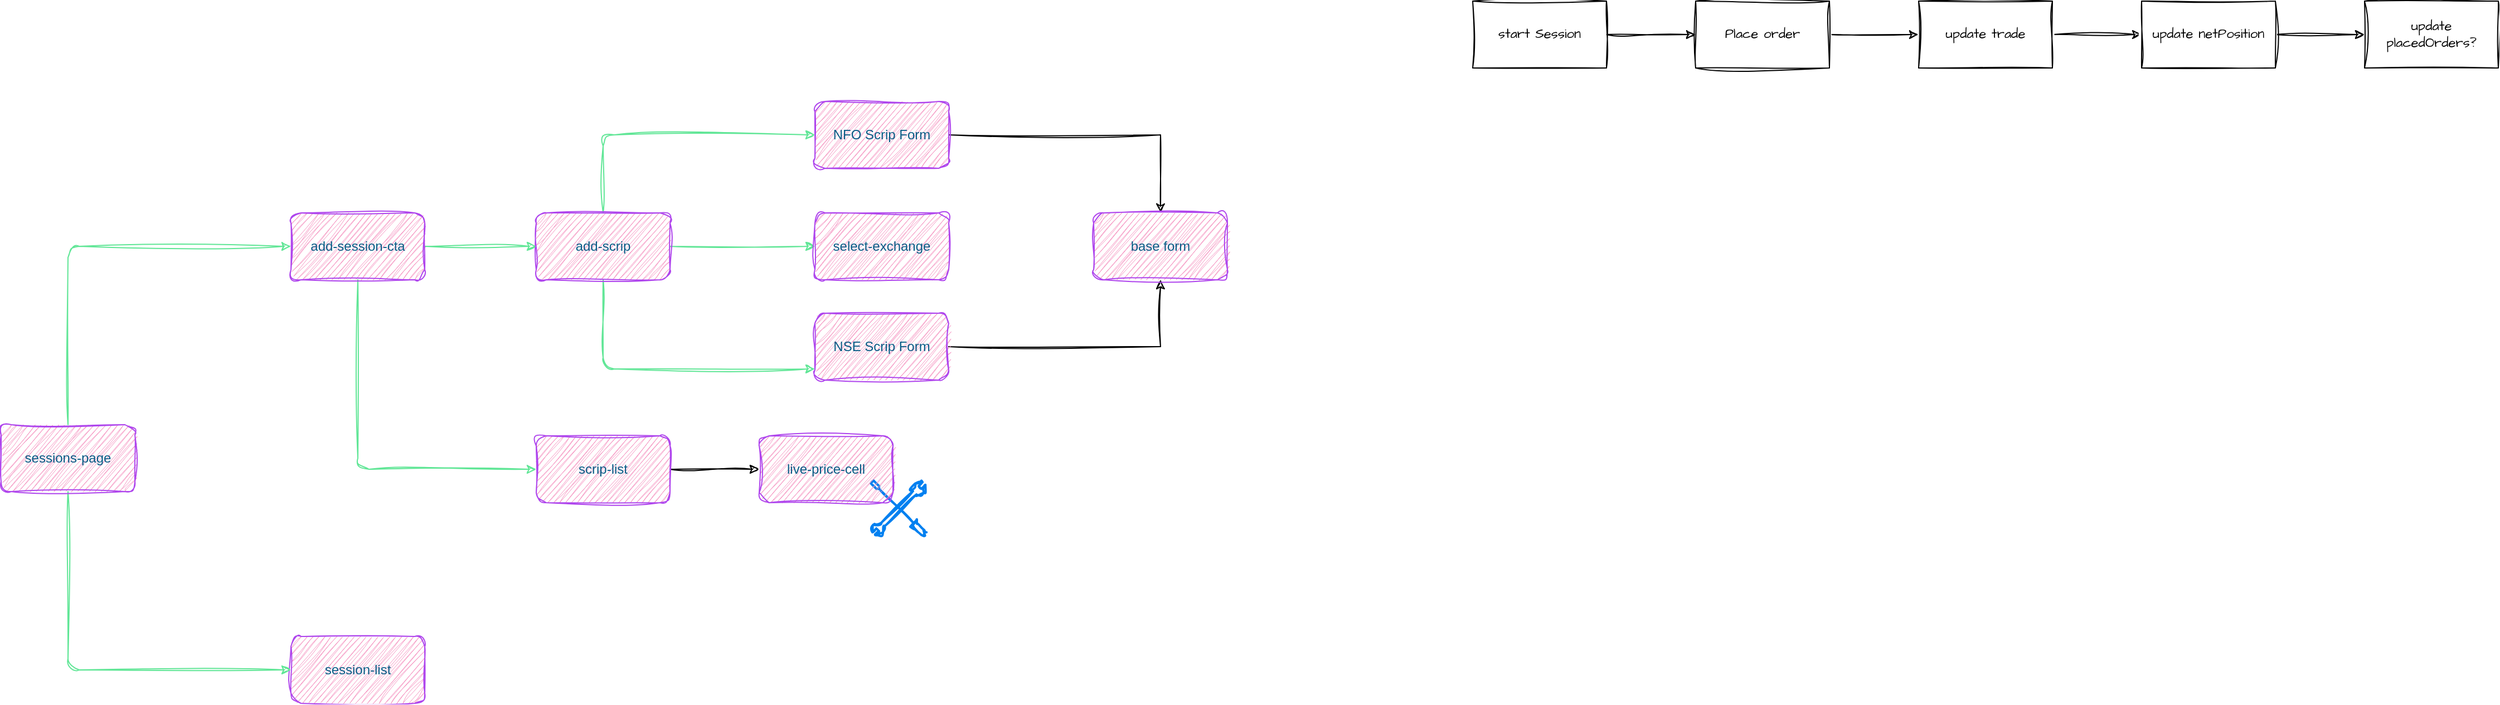
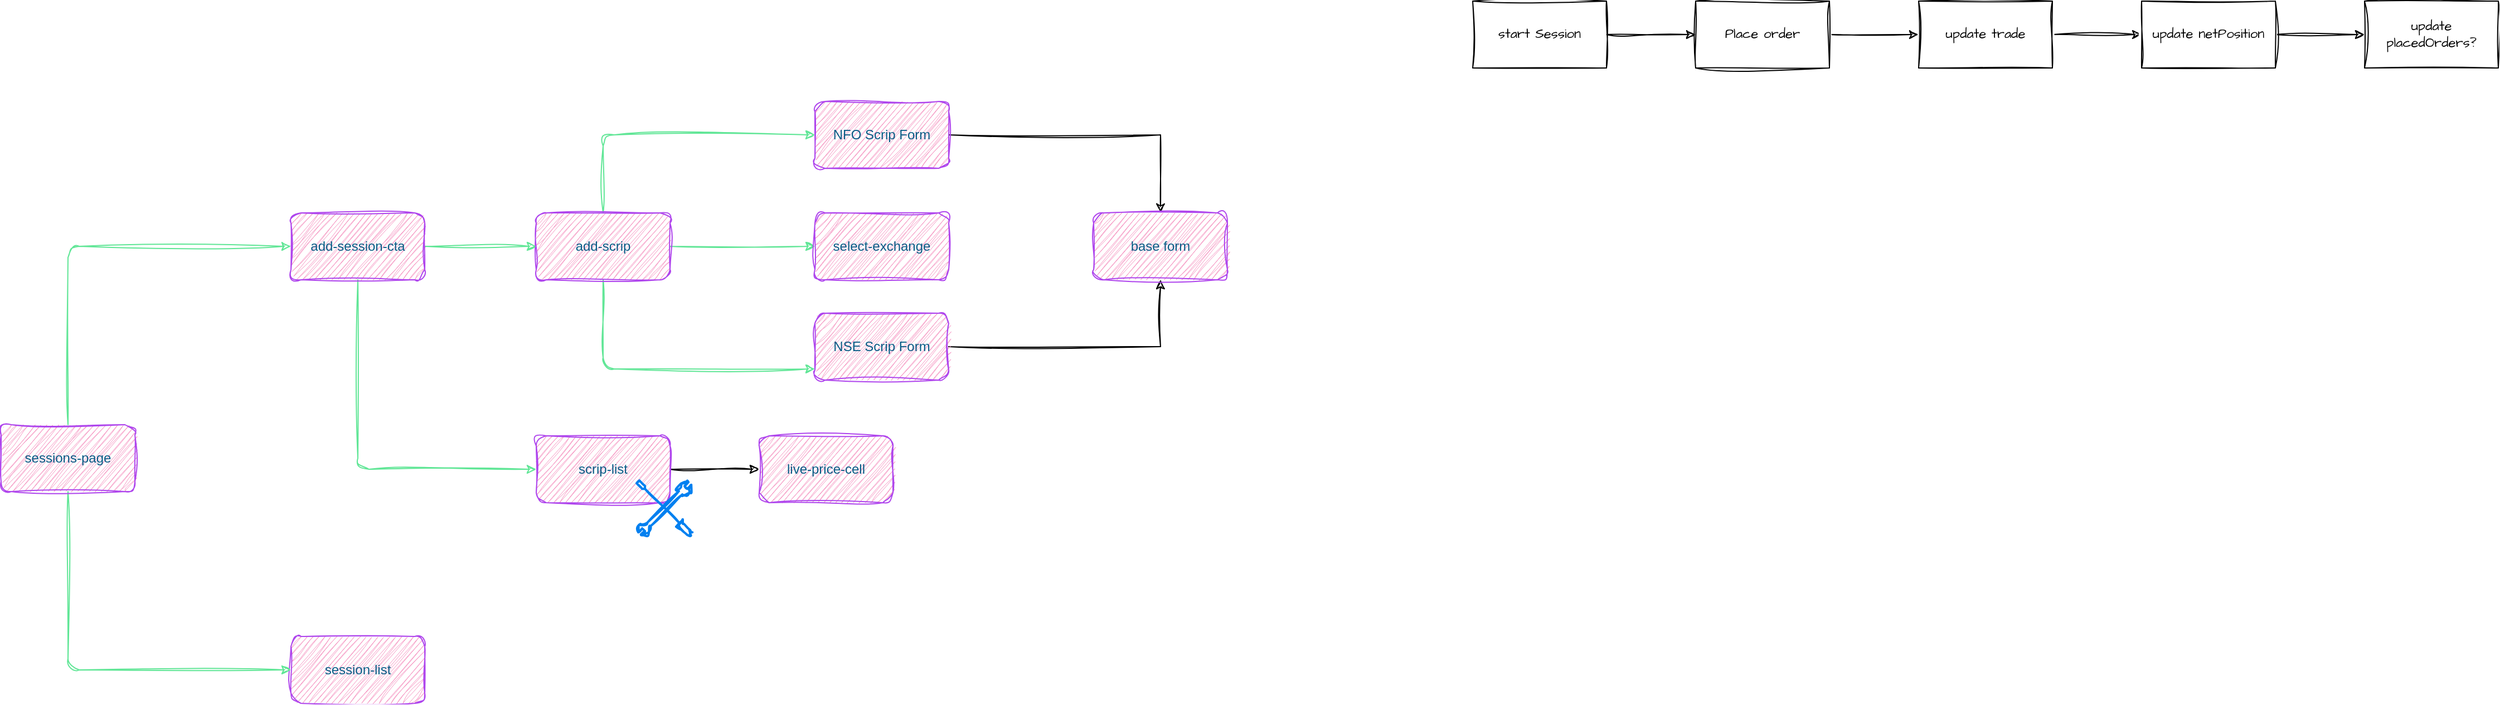
<mxfile host="app.diagrams.net" pages="5">
  <diagram id="wPQbEJP3DVO_ncDqMHqx" name="Sessions Page">
    <mxGraphModel dx="2793" dy="1443" grid="1" gridSize="10" guides="1" tooltips="1" connect="1" arrows="1" fold="1" page="0" pageScale="1" pageWidth="402" pageHeight="874" math="0" shadow="0">
      <root>
        <mxCell id="0" />
        <mxCell id="1" parent="0" />
        <mxCell id="DB1AKVm6qyutKQlFYAWD-6" edge="1" parent="1" source="DB1AKVm6qyutKQlFYAWD-1" style="edgeStyle=orthogonalEdgeStyle;rounded=1;orthogonalLoop=1;jettySize=auto;html=1;sketch=1;curveFitting=1;jiggle=2;labelBackgroundColor=none;strokeColor=#60E696;fontColor=default;" target="DB1AKVm6qyutKQlFYAWD-5" value="">
          <mxGeometry relative="1" as="geometry" />
        </mxCell>
        <mxCell id="DB1AKVm6qyutKQlFYAWD-8" edge="1" parent="1" source="DB1AKVm6qyutKQlFYAWD-1" style="edgeStyle=orthogonalEdgeStyle;rounded=1;orthogonalLoop=1;jettySize=auto;html=1;sketch=1;curveFitting=1;jiggle=2;labelBackgroundColor=none;strokeColor=#60E696;fontColor=default;" target="DB1AKVm6qyutKQlFYAWD-7" value="">
          <mxGeometry relative="1" as="geometry">
            <Array as="points">
              <mxPoint x="120" y="270" />
            </Array>
          </mxGeometry>
        </mxCell>
        <mxCell id="DB1AKVm6qyutKQlFYAWD-10" edge="1" parent="1" source="DB1AKVm6qyutKQlFYAWD-1" style="edgeStyle=orthogonalEdgeStyle;rounded=1;orthogonalLoop=1;jettySize=auto;html=1;sketch=1;curveFitting=1;jiggle=2;labelBackgroundColor=none;strokeColor=#60E696;fontColor=default;" target="DB1AKVm6qyutKQlFYAWD-9" value="">
          <mxGeometry relative="1" as="geometry">
            <Array as="points">
              <mxPoint x="120" y="60" />
            </Array>
          </mxGeometry>
        </mxCell>
        <mxCell id="DB1AKVm6qyutKQlFYAWD-1" parent="1" style="rounded=1;whiteSpace=wrap;html=1;sketch=1;curveFitting=1;jiggle=2;labelBackgroundColor=none;fillColor=#F694C1;strokeColor=#AF45ED;fontColor=#095C86;" value="add-scrip" vertex="1">
          <mxGeometry height="60" width="120" x="60" y="130" as="geometry" />
        </mxCell>
        <mxCell id="DB1AKVm6qyutKQlFYAWD-4" edge="1" parent="1" source="DB1AKVm6qyutKQlFYAWD-3" style="edgeStyle=orthogonalEdgeStyle;rounded=1;orthogonalLoop=1;jettySize=auto;html=1;sketch=1;curveFitting=1;jiggle=2;labelBackgroundColor=none;strokeColor=#60E696;fontColor=default;" target="DB1AKVm6qyutKQlFYAWD-1" value="">
          <mxGeometry relative="1" as="geometry" />
        </mxCell>
        <mxCell id="DB1AKVm6qyutKQlFYAWD-12" edge="1" parent="1" source="DB1AKVm6qyutKQlFYAWD-3" style="edgeStyle=orthogonalEdgeStyle;rounded=1;orthogonalLoop=1;jettySize=auto;html=1;sketch=1;curveFitting=1;jiggle=2;labelBackgroundColor=none;strokeColor=#60E696;fontColor=default;" target="DB1AKVm6qyutKQlFYAWD-11" value="">
          <mxGeometry relative="1" as="geometry">
            <Array as="points">
              <mxPoint x="-100" y="360" />
            </Array>
          </mxGeometry>
        </mxCell>
        <mxCell id="DB1AKVm6qyutKQlFYAWD-3" parent="1" style="rounded=1;whiteSpace=wrap;html=1;sketch=1;curveFitting=1;jiggle=2;labelBackgroundColor=none;fillColor=#F694C1;strokeColor=#AF45ED;fontColor=#095C86;" value="add-session-cta" vertex="1">
          <mxGeometry height="60" width="120" x="-160" y="130" as="geometry" />
        </mxCell>
        <mxCell id="DB1AKVm6qyutKQlFYAWD-5" parent="1" style="whiteSpace=wrap;html=1;rounded=1;sketch=1;curveFitting=1;jiggle=2;labelBackgroundColor=none;fillColor=#F694C1;strokeColor=#AF45ED;fontColor=#095C86;" value="select-exchange" vertex="1">
          <mxGeometry height="60" width="120" x="310" y="130" as="geometry" />
        </mxCell>
        <mxCell id="ouMAoqMrmdJ_XqpmxOQB-3" edge="1" parent="1" source="DB1AKVm6qyutKQlFYAWD-7" style="edgeStyle=orthogonalEdgeStyle;rounded=0;sketch=1;hachureGap=4;jiggle=2;curveFitting=1;orthogonalLoop=1;jettySize=auto;html=1;fontFamily=Architects Daughter;fontSource=https%3A%2F%2Ffonts.googleapis.com%2Fcss%3Ffamily%3DArchitects%2BDaughter;" target="ouMAoqMrmdJ_XqpmxOQB-1">
          <mxGeometry relative="1" as="geometry" />
        </mxCell>
        <mxCell id="DB1AKVm6qyutKQlFYAWD-7" parent="1" style="whiteSpace=wrap;html=1;rounded=1;sketch=1;curveFitting=1;jiggle=2;labelBackgroundColor=none;fillColor=#F694C1;strokeColor=#AF45ED;fontColor=#095C86;" value="NSE Scrip Form" vertex="1">
          <mxGeometry height="60" width="120" x="310" y="220" as="geometry" />
        </mxCell>
        <mxCell id="ouMAoqMrmdJ_XqpmxOQB-2" edge="1" parent="1" source="DB1AKVm6qyutKQlFYAWD-9" style="edgeStyle=orthogonalEdgeStyle;rounded=0;sketch=1;hachureGap=4;jiggle=2;curveFitting=1;orthogonalLoop=1;jettySize=auto;html=1;fontFamily=Architects Daughter;fontSource=https%3A%2F%2Ffonts.googleapis.com%2Fcss%3Ffamily%3DArchitects%2BDaughter;" target="ouMAoqMrmdJ_XqpmxOQB-1" value="">
          <mxGeometry relative="1" as="geometry" />
        </mxCell>
        <mxCell id="DB1AKVm6qyutKQlFYAWD-9" parent="1" style="whiteSpace=wrap;html=1;rounded=1;sketch=1;curveFitting=1;jiggle=2;labelBackgroundColor=none;fillColor=#F694C1;strokeColor=#AF45ED;fontColor=#095C86;" value="NFO Scrip Form" vertex="1">
          <mxGeometry height="60" width="120" x="310" y="30" as="geometry" />
        </mxCell>
        <mxCell id="ouMAoqMrmdJ_XqpmxOQB-15" edge="1" parent="1" source="DB1AKVm6qyutKQlFYAWD-11" style="edgeStyle=orthogonalEdgeStyle;rounded=0;sketch=1;hachureGap=4;jiggle=2;curveFitting=1;orthogonalLoop=1;jettySize=auto;html=1;fontFamily=Architects Daughter;fontSource=https%3A%2F%2Ffonts.googleapis.com%2Fcss%3Ffamily%3DArchitects%2BDaughter;" target="ouMAoqMrmdJ_XqpmxOQB-14" value="">
          <mxGeometry relative="1" as="geometry" />
        </mxCell>
        <mxCell id="DB1AKVm6qyutKQlFYAWD-11" parent="1" style="whiteSpace=wrap;html=1;rounded=1;sketch=1;curveFitting=1;jiggle=2;labelBackgroundColor=none;fillColor=#F694C1;strokeColor=#AF45ED;fontColor=#095C86;" value="scrip-list" vertex="1">
          <mxGeometry height="60" width="120" x="60" y="330" as="geometry" />
        </mxCell>
        <mxCell id="DB1AKVm6qyutKQlFYAWD-13" parent="1" style="rounded=1;whiteSpace=wrap;html=1;sketch=1;curveFitting=1;jiggle=2;labelBackgroundColor=none;fillColor=#F694C1;strokeColor=#AF45ED;fontColor=#095C86;" value="session-list" vertex="1">
          <mxGeometry height="60" width="120" x="-160" y="510" as="geometry" />
        </mxCell>
        <mxCell id="DB1AKVm6qyutKQlFYAWD-15" edge="1" parent="1" source="DB1AKVm6qyutKQlFYAWD-14" style="edgeStyle=orthogonalEdgeStyle;rounded=1;sketch=1;hachureGap=4;jiggle=2;curveFitting=1;orthogonalLoop=1;jettySize=auto;html=1;entryX=0;entryY=0.5;entryDx=0;entryDy=0;strokeColor=#60E696;fontFamily=Architects Daughter;fontSource=https%3A%2F%2Ffonts.googleapis.com%2Fcss%3Ffamily%3DArchitects%2BDaughter;fontColor=#095C86;fillColor=#F694C1;" target="DB1AKVm6qyutKQlFYAWD-3">
          <mxGeometry relative="1" as="geometry">
            <Array as="points">
              <mxPoint x="-360" y="160" />
            </Array>
          </mxGeometry>
        </mxCell>
        <mxCell id="DB1AKVm6qyutKQlFYAWD-18" edge="1" parent="1" source="DB1AKVm6qyutKQlFYAWD-14" style="edgeStyle=orthogonalEdgeStyle;rounded=1;sketch=1;hachureGap=4;jiggle=2;curveFitting=1;orthogonalLoop=1;jettySize=auto;html=1;entryX=0;entryY=0.5;entryDx=0;entryDy=0;strokeColor=#60E696;fontFamily=Architects Daughter;fontSource=https%3A%2F%2Ffonts.googleapis.com%2Fcss%3Ffamily%3DArchitects%2BDaughter;fontColor=#095C86;fillColor=#F694C1;" target="DB1AKVm6qyutKQlFYAWD-13">
          <mxGeometry relative="1" as="geometry">
            <Array as="points">
              <mxPoint x="-360" y="540" />
            </Array>
          </mxGeometry>
        </mxCell>
        <mxCell id="DB1AKVm6qyutKQlFYAWD-14" parent="1" style="rounded=1;whiteSpace=wrap;html=1;sketch=1;curveFitting=1;jiggle=2;labelBackgroundColor=none;fillColor=#F694C1;strokeColor=#AF45ED;fontColor=#095C86;" value="sessions-page" vertex="1">
          <mxGeometry height="60" width="120" x="-420" y="320" as="geometry" />
        </mxCell>
        <mxCell id="ouMAoqMrmdJ_XqpmxOQB-1" parent="1" style="whiteSpace=wrap;html=1;fillColor=#F694C1;strokeColor=#AF45ED;fontColor=#095C86;rounded=1;sketch=1;curveFitting=1;jiggle=2;labelBackgroundColor=none;" value="base form" vertex="1">
          <mxGeometry height="60" width="120" x="560" y="130" as="geometry" />
        </mxCell>
        <mxCell id="ouMAoqMrmdJ_XqpmxOQB-6" edge="1" parent="1" source="ouMAoqMrmdJ_XqpmxOQB-4" style="edgeStyle=orthogonalEdgeStyle;rounded=0;sketch=1;hachureGap=4;jiggle=2;curveFitting=1;orthogonalLoop=1;jettySize=auto;html=1;fontFamily=Architects Daughter;fontSource=https%3A%2F%2Ffonts.googleapis.com%2Fcss%3Ffamily%3DArchitects%2BDaughter;" target="ouMAoqMrmdJ_XqpmxOQB-5" value="">
          <mxGeometry relative="1" as="geometry" />
        </mxCell>
        <mxCell id="ouMAoqMrmdJ_XqpmxOQB-4" parent="1" style="whiteSpace=wrap;html=1;sketch=1;hachureGap=4;jiggle=2;curveFitting=1;fontFamily=Architects Daughter;fontSource=https%3A%2F%2Ffonts.googleapis.com%2Fcss%3Ffamily%3DArchitects%2BDaughter;" value="start Session" vertex="1">
          <mxGeometry height="60" width="120" x="900" y="-60" as="geometry" />
        </mxCell>
        <mxCell id="ouMAoqMrmdJ_XqpmxOQB-8" edge="1" parent="1" source="ouMAoqMrmdJ_XqpmxOQB-5" style="edgeStyle=orthogonalEdgeStyle;rounded=0;sketch=1;hachureGap=4;jiggle=2;curveFitting=1;orthogonalLoop=1;jettySize=auto;html=1;fontFamily=Architects Daughter;fontSource=https%3A%2F%2Ffonts.googleapis.com%2Fcss%3Ffamily%3DArchitects%2BDaughter;" target="ouMAoqMrmdJ_XqpmxOQB-7" value="">
          <mxGeometry relative="1" as="geometry" />
        </mxCell>
        <mxCell id="ouMAoqMrmdJ_XqpmxOQB-5" parent="1" style="whiteSpace=wrap;html=1;fontFamily=Architects Daughter;sketch=1;hachureGap=4;jiggle=2;curveFitting=1;fontSource=https%3A%2F%2Ffonts.googleapis.com%2Fcss%3Ffamily%3DArchitects%2BDaughter;" value="Place order" vertex="1">
          <mxGeometry height="60" width="120" x="1100" y="-60" as="geometry" />
        </mxCell>
        <mxCell id="ouMAoqMrmdJ_XqpmxOQB-10" edge="1" parent="1" source="ouMAoqMrmdJ_XqpmxOQB-7" style="edgeStyle=orthogonalEdgeStyle;rounded=0;sketch=1;hachureGap=4;jiggle=2;curveFitting=1;orthogonalLoop=1;jettySize=auto;html=1;fontFamily=Architects Daughter;fontSource=https%3A%2F%2Ffonts.googleapis.com%2Fcss%3Ffamily%3DArchitects%2BDaughter;" target="ouMAoqMrmdJ_XqpmxOQB-9" value="">
          <mxGeometry relative="1" as="geometry" />
        </mxCell>
        <mxCell id="ouMAoqMrmdJ_XqpmxOQB-7" parent="1" style="whiteSpace=wrap;html=1;fontFamily=Architects Daughter;sketch=1;hachureGap=4;jiggle=2;curveFitting=1;fontSource=https%3A%2F%2Ffonts.googleapis.com%2Fcss%3Ffamily%3DArchitects%2BDaughter;" value="update trade" vertex="1">
          <mxGeometry height="60" width="120" x="1300" y="-60" as="geometry" />
        </mxCell>
        <mxCell id="ouMAoqMrmdJ_XqpmxOQB-12" edge="1" parent="1" source="ouMAoqMrmdJ_XqpmxOQB-9" style="edgeStyle=orthogonalEdgeStyle;rounded=0;sketch=1;hachureGap=4;jiggle=2;curveFitting=1;orthogonalLoop=1;jettySize=auto;html=1;fontFamily=Architects Daughter;fontSource=https%3A%2F%2Ffonts.googleapis.com%2Fcss%3Ffamily%3DArchitects%2BDaughter;" target="ouMAoqMrmdJ_XqpmxOQB-11" value="">
          <mxGeometry relative="1" as="geometry" />
        </mxCell>
        <mxCell id="ouMAoqMrmdJ_XqpmxOQB-9" parent="1" style="whiteSpace=wrap;html=1;fontFamily=Architects Daughter;sketch=1;hachureGap=4;jiggle=2;curveFitting=1;fontSource=https%3A%2F%2Ffonts.googleapis.com%2Fcss%3Ffamily%3DArchitects%2BDaughter;" value="update netPosition" vertex="1">
          <mxGeometry height="60" width="120" x="1500" y="-60" as="geometry" />
        </mxCell>
        <mxCell id="ouMAoqMrmdJ_XqpmxOQB-11" parent="1" style="whiteSpace=wrap;html=1;fontFamily=Architects Daughter;sketch=1;hachureGap=4;jiggle=2;curveFitting=1;fontSource=https%3A%2F%2Ffonts.googleapis.com%2Fcss%3Ffamily%3DArchitects%2BDaughter;" value="update placedOrders?" vertex="1">
          <mxGeometry height="60" width="120" x="1700" y="-60" as="geometry" />
        </mxCell>
        <mxCell id="ouMAoqMrmdJ_XqpmxOQB-13" parent="1" style="html=1;verticalLabelPosition=bottom;align=center;labelBackgroundColor=#ffffff;verticalAlign=top;strokeWidth=2;strokeColor=#0080F0;shadow=0;dashed=0;shape=mxgraph.ios7.icons.tools;pointerEvents=1;sketch=1;hachureGap=4;jiggle=2;curveFitting=1;fontFamily=Architects Daughter;fontSource=https%3A%2F%2Ffonts.googleapis.com%2Fcss%3Ffamily%3DArchitects%2BDaughter;" value="" vertex="1">
-           <mxGeometry height="50" width="50" x="360" y="370" as="geometry" />
+           <mxGeometry height="50" width="50" x="150" y="370" as="geometry" />
        </mxCell>
        <mxCell id="ouMAoqMrmdJ_XqpmxOQB-14" parent="1" style="whiteSpace=wrap;html=1;fillColor=#F694C1;strokeColor=#AF45ED;fontColor=#095C86;rounded=1;sketch=1;curveFitting=1;jiggle=2;labelBackgroundColor=none;" value="live-price-cell" vertex="1">
          <mxGeometry height="60" width="120" x="260" y="330" as="geometry" />
        </mxCell>
      </root>
    </mxGraphModel>
  </diagram>
  <diagram id="YVkBlKKJ4RNEtawBKbZk" name="Session">
    <mxGraphModel dx="1357" dy="626" grid="1" gridSize="10" guides="1" tooltips="1" connect="1" arrows="1" fold="1" page="0" pageScale="1" pageWidth="402" pageHeight="874" math="0" shadow="0">
      <root>
        <mxCell id="0" />
        <mxCell id="1" parent="0" />
        <mxCell id="b8iQl_XISdQ6rZ6kNcMQ-3" edge="1" parent="1" source="b8iQl_XISdQ6rZ6kNcMQ-1" style="edgeStyle=orthogonalEdgeStyle;rounded=0;orthogonalLoop=1;jettySize=auto;html=1;" target="b8iQl_XISdQ6rZ6kNcMQ-2" value="">
          <mxGeometry relative="1" as="geometry" />
        </mxCell>
        <mxCell id="b8iQl_XISdQ6rZ6kNcMQ-1" parent="1" style="rounded=1;whiteSpace=wrap;html=1;" value="start session" vertex="1">
          <mxGeometry height="60" width="120" x="-200" y="80" as="geometry" />
        </mxCell>
        <mxCell id="b8iQl_XISdQ6rZ6kNcMQ-5" edge="1" parent="1" source="b8iQl_XISdQ6rZ6kNcMQ-2" style="edgeStyle=orthogonalEdgeStyle;rounded=0;orthogonalLoop=1;jettySize=auto;html=1;" target="b8iQl_XISdQ6rZ6kNcMQ-4" value="">
          <mxGeometry relative="1" as="geometry" />
        </mxCell>
        <mxCell id="b8iQl_XISdQ6rZ6kNcMQ-2" parent="1" style="whiteSpace=wrap;html=1;rounded=1;" value="place orders&amp;nbsp;&lt;br&gt;(all or none)" vertex="1">
          <mxGeometry height="60" width="120" y="80" as="geometry" />
        </mxCell>
        <mxCell id="b8iQl_XISdQ6rZ6kNcMQ-7" edge="1" parent="1" source="b8iQl_XISdQ6rZ6kNcMQ-4" style="edgeStyle=orthogonalEdgeStyle;rounded=0;orthogonalLoop=1;jettySize=auto;html=1;" target="b8iQl_XISdQ6rZ6kNcMQ-6" value="">
          <mxGeometry relative="1" as="geometry" />
        </mxCell>
        <mxCell id="b8iQl_XISdQ6rZ6kNcMQ-4" parent="1" style="whiteSpace=wrap;html=1;rounded=1;" value="update margins" vertex="1">
          <mxGeometry height="60" width="120" x="200" y="80" as="geometry" />
        </mxCell>
        <mxCell id="b8iQl_XISdQ6rZ6kNcMQ-6" parent="1" style="whiteSpace=wrap;html=1;rounded=1;" value="create session" vertex="1">
          <mxGeometry height="60" width="120" x="200" y="200" as="geometry" />
        </mxCell>
        <mxCell id="b8iQl_XISdQ6rZ6kNcMQ-8" parent="1" style="rounded=1;whiteSpace=wrap;html=1;fillColor=#fff2cc;strokeColor=#d6b656;" value="firebase" vertex="1">
          <mxGeometry height="40" width="80" x="300" y="190" as="geometry" />
        </mxCell>
        <mxCell id="b8iQl_XISdQ6rZ6kNcMQ-9" parent="1" style="rounded=1;whiteSpace=wrap;html=1;fillColor=#fff2cc;strokeColor=#d6b656;" value="kite" vertex="1">
          <mxGeometry height="40" width="80" x="80" y="50" as="geometry" />
        </mxCell>
        <mxCell id="b8iQl_XISdQ6rZ6kNcMQ-10" parent="1" style="rounded=1;whiteSpace=wrap;html=1;fillColor=#fff2cc;strokeColor=#d6b656;" value="firebase" vertex="1">
          <mxGeometry height="40" width="80" x="290" y="60" as="geometry" />
        </mxCell>
      </root>
    </mxGraphModel>
  </diagram>
  <diagram id="4KjMPYYtLXdBkkJX1B08" name="Auth">
    <mxGraphModel dx="1276" dy="835" grid="0" gridSize="10" guides="1" tooltips="1" connect="1" arrows="1" fold="1" page="0" pageScale="1" pageWidth="402" pageHeight="874" math="0" shadow="0">
      <root>
        <mxCell id="0" />
        <mxCell id="1" parent="0" />
        <mxCell id="pPH6oVQiPgVcm9OUePWL-3" edge="1" parent="1" source="pPH6oVQiPgVcm9OUePWL-1" style="edgeStyle=orthogonalEdgeStyle;rounded=0;orthogonalLoop=1;jettySize=auto;html=1;" target="pPH6oVQiPgVcm9OUePWL-2" value="">
          <mxGeometry relative="1" as="geometry" />
        </mxCell>
        <mxCell id="pPH6oVQiPgVcm9OUePWL-1" parent="1" style="rounded=1;whiteSpace=wrap;html=1;" value="User clicks &quot;Login&quot; Button" vertex="1">
          <mxGeometry height="60" width="120" x="23" y="101" as="geometry" />
        </mxCell>
        <mxCell id="pPH6oVQiPgVcm9OUePWL-5" edge="1" parent="1" source="pPH6oVQiPgVcm9OUePWL-2" style="edgeStyle=orthogonalEdgeStyle;rounded=0;orthogonalLoop=1;jettySize=auto;html=1;" target="pPH6oVQiPgVcm9OUePWL-4" value="">
          <mxGeometry relative="1" as="geometry" />
        </mxCell>
        <mxCell id="pPH6oVQiPgVcm9OUePWL-2" parent="1" style="whiteSpace=wrap;html=1;rounded=1;" value="Open the Login URL" vertex="1">
          <mxGeometry height="60" width="120" x="223" y="101" as="geometry" />
        </mxCell>
        <mxCell id="pPH6oVQiPgVcm9OUePWL-7" edge="1" parent="1" source="pPH6oVQiPgVcm9OUePWL-4" style="edgeStyle=orthogonalEdgeStyle;rounded=0;orthogonalLoop=1;jettySize=auto;html=1;" target="pPH6oVQiPgVcm9OUePWL-6" value="">
          <mxGeometry relative="1" as="geometry" />
        </mxCell>
        <mxCell id="pPH6oVQiPgVcm9OUePWL-4" parent="1" style="whiteSpace=wrap;html=1;rounded=1;" value="User logins to Zerodha" vertex="1">
          <mxGeometry height="60" width="120" x="423" y="101" as="geometry" />
        </mxCell>
        <mxCell id="pPH6oVQiPgVcm9OUePWL-9" edge="1" parent="1" source="pPH6oVQiPgVcm9OUePWL-6" style="edgeStyle=orthogonalEdgeStyle;rounded=0;orthogonalLoop=1;jettySize=auto;html=1;" target="pPH6oVQiPgVcm9OUePWL-8" value="">
          <mxGeometry relative="1" as="geometry" />
        </mxCell>
        <mxCell id="pPH6oVQiPgVcm9OUePWL-6" parent="1" style="whiteSpace=wrap;html=1;rounded=1;" value="Redirected to callback URL with request_token&lt;br&gt;&lt;b&gt;http://localhost:3000/api/auth/kite/callback&lt;/b&gt;" vertex="1">
          <mxGeometry height="60" width="262" x="352" y="244" as="geometry" />
        </mxCell>
        <mxCell id="pPH6oVQiPgVcm9OUePWL-13" edge="1" parent="1" source="pPH6oVQiPgVcm9OUePWL-8" style="edgeStyle=orthogonalEdgeStyle;rounded=0;orthogonalLoop=1;jettySize=auto;html=1;" target="pPH6oVQiPgVcm9OUePWL-12" value="">
          <mxGeometry relative="1" as="geometry" />
        </mxCell>
        <mxCell id="pPH6oVQiPgVcm9OUePWL-8" parent="1" style="whiteSpace=wrap;html=1;rounded=1;" value="In loader for this route, generate the session" vertex="1">
          <mxGeometry height="60" width="120" x="17" y="244" as="geometry" />
        </mxCell>
        <mxCell id="pPH6oVQiPgVcm9OUePWL-15" edge="1" parent="1" source="pPH6oVQiPgVcm9OUePWL-12" style="edgeStyle=orthogonalEdgeStyle;rounded=0;orthogonalLoop=1;jettySize=auto;html=1;" target="pPH6oVQiPgVcm9OUePWL-14" value="">
          <mxGeometry relative="1" as="geometry" />
        </mxCell>
        <mxCell id="pPH6oVQiPgVcm9OUePWL-12" parent="1" style="whiteSpace=wrap;html=1;rounded=1;" value="Serialize and save the access token in cookie" vertex="1">
          <mxGeometry height="60" width="120" x="17" y="384" as="geometry" />
        </mxCell>
        <mxCell id="pPH6oVQiPgVcm9OUePWL-17" edge="1" parent="1" source="pPH6oVQiPgVcm9OUePWL-14" style="edgeStyle=orthogonalEdgeStyle;rounded=0;orthogonalLoop=1;jettySize=auto;html=1;" target="pPH6oVQiPgVcm9OUePWL-16" value="">
          <mxGeometry relative="1" as="geometry" />
        </mxCell>
        <mxCell id="pPH6oVQiPgVcm9OUePWL-14" parent="1" style="whiteSpace=wrap;html=1;rounded=1;" value="redirect to /dashboard" vertex="1">
          <mxGeometry height="60" width="120" x="217" y="384" as="geometry" />
        </mxCell>
        <mxCell id="pPH6oVQiPgVcm9OUePWL-19" edge="1" parent="1" source="pPH6oVQiPgVcm9OUePWL-16" style="edgeStyle=orthogonalEdgeStyle;rounded=0;orthogonalLoop=1;jettySize=auto;html=1;" target="pPH6oVQiPgVcm9OUePWL-18" value="">
          <mxGeometry relative="1" as="geometry" />
        </mxCell>
        <mxCell id="pPH6oVQiPgVcm9OUePWL-16" parent="1" style="whiteSpace=wrap;html=1;rounded=1;" value="in dashboard loader, get the access token from the cookie and send it to client" vertex="1">
          <mxGeometry height="60" width="120" x="417" y="384" as="geometry" />
        </mxCell>
        <mxCell id="pPH6oVQiPgVcm9OUePWL-21" edge="1" parent="1" source="pPH6oVQiPgVcm9OUePWL-18" style="edgeStyle=orthogonalEdgeStyle;rounded=0;orthogonalLoop=1;jettySize=auto;html=1;" target="pPH6oVQiPgVcm9OUePWL-20" value="">
          <mxGeometry relative="1" as="geometry" />
        </mxCell>
        <mxCell id="pPH6oVQiPgVcm9OUePWL-18" parent="1" style="whiteSpace=wrap;html=1;rounded=1;" value="front-end creates the kc client with api_key and access_token.&amp;nbsp;&amp;nbsp;" vertex="1">
          <mxGeometry height="60" width="120" x="617" y="384" as="geometry" />
        </mxCell>
        <mxCell id="pPH6oVQiPgVcm9OUePWL-20" parent="1" style="whiteSpace=wrap;html=1;rounded=1;" value="use kc client for calling Kite APIs" vertex="1">
          <mxGeometry height="60" width="120" x="617" y="524" as="geometry" />
        </mxCell>
      </root>
    </mxGraphModel>
  </diagram>
  <diagram name="UI/UX" id="5MV4RERJIjpIYta4IkZD">
    <mxGraphModel dx="3134" dy="2189" grid="0" gridSize="10" guides="1" tooltips="1" connect="1" arrows="1" fold="1" page="0" pageScale="1" pageWidth="402" pageHeight="874" background="#ffffff" math="0" shadow="0">
      <root>
        <mxCell id="0" />
        <mxCell id="1" parent="0" />
        <mxCell id="ExlUUjPYo0Ii6ma58Pc_-14" parent="1" style="rounded=1;whiteSpace=wrap;html=1;" value="" vertex="1">
          <mxGeometry height="321" width="1097" x="-296" y="-20" as="geometry" />
        </mxCell>
        <mxCell id="ExlUUjPYo0Ii6ma58Pc_-13" parent="1" style="rounded=1;whiteSpace=wrap;html=1;" value="" vertex="1">
          <mxGeometry height="321" width="1097" x="-287" y="732" as="geometry" />
        </mxCell>
        <mxCell id="iMmVTYed4h1aN_pzg3ix-1" parent="1" style="text;html=1;whiteSpace=wrap;strokeColor=none;fillColor=none;align=center;verticalAlign=middle;rounded=0;fontStyle=1;fontSize=48;fontColor=light-dark(#7a7978, #ededed);" value="Net Qty." vertex="1">
          <mxGeometry height="59" width="60" x="-120" y="72" as="geometry" />
        </mxCell>
        <mxCell id="iMmVTYed4h1aN_pzg3ix-2" parent="1" style="text;html=1;whiteSpace=wrap;strokeColor=none;fillColor=none;align=center;verticalAlign=middle;rounded=0;fontStyle=1;fontSize=48;fontColor=light-dark(#7a7978, #ededed);" value="AVG. PRICE" vertex="1">
          <mxGeometry height="59" width="60" x="149" y="61" as="geometry" />
        </mxCell>
        <mxCell id="iMmVTYed4h1aN_pzg3ix-3" parent="1" style="text;html=1;whiteSpace=wrap;strokeColor=none;fillColor=none;align=center;verticalAlign=middle;rounded=0;fontStyle=1;fontSize=48;fontColor=light-dark(#7a7978, #ededed);" value="LTP" vertex="1">
          <mxGeometry height="59" width="60" x="418" y="61" as="geometry" />
        </mxCell>
        <mxCell id="iMmVTYed4h1aN_pzg3ix-4" parent="1" style="text;html=1;whiteSpace=wrap;strokeColor=none;fillColor=none;align=center;verticalAlign=middle;rounded=0;fontStyle=1;fontSize=48;fontColor=light-dark(#7a7978, #ededed);" value="PnL" vertex="1">
          <mxGeometry height="59" width="60" x="687" y="61" as="geometry" />
        </mxCell>
        <mxCell id="iMmVTYed4h1aN_pzg3ix-5" parent="1" style="text;html=1;whiteSpace=wrap;strokeColor=none;fillColor=none;align=center;verticalAlign=middle;rounded=0;fontSize=36;fontStyle=1" value="100" vertex="1">
          <mxGeometry height="30" width="60" x="-120" y="211" as="geometry" />
        </mxCell>
        <mxCell id="iMmVTYed4h1aN_pzg3ix-6" parent="1" style="text;html=1;whiteSpace=wrap;strokeColor=none;fillColor=none;align=center;verticalAlign=middle;rounded=0;fontSize=36;fontStyle=1" value="36.40" vertex="1">
          <mxGeometry height="30" width="60" x="149" y="211" as="geometry" />
        </mxCell>
        <mxCell id="iMmVTYed4h1aN_pzg3ix-7" parent="1" style="text;html=1;whiteSpace=wrap;strokeColor=none;fillColor=none;align=center;verticalAlign=middle;rounded=0;fontSize=36;fontStyle=1" value="37.45" vertex="1">
          <mxGeometry height="30" width="60" x="418" y="211" as="geometry" />
        </mxCell>
        <mxCell id="iMmVTYed4h1aN_pzg3ix-8" parent="1" style="text;html=1;whiteSpace=wrap;strokeColor=none;fillColor=none;align=center;verticalAlign=middle;rounded=0;fontSize=36;fontStyle=1" value="100" vertex="1">
          <mxGeometry height="30" width="60" x="687" y="211" as="geometry" />
        </mxCell>
        <mxCell id="7si3vGMUa6yKKs87A3T9-2" edge="1" parent="1" source="7si3vGMUa6yKKs87A3T9-1" style="edgeStyle=orthogonalEdgeStyle;rounded=0;orthogonalLoop=1;jettySize=auto;html=1;exitX=0.5;exitY=0;exitDx=0;exitDy=0;entryX=0;entryY=0.5;entryDx=0;entryDy=0;" target="iMmVTYed4h1aN_pzg3ix-5">
          <mxGeometry relative="1" as="geometry">
            <Array as="points">
              <mxPoint x="-283" y="227" />
              <mxPoint x="-139" y="227" />
            </Array>
            <mxPoint x="-139.09090909090924" y="259.27272727272725" as="targetPoint" />
          </mxGeometry>
        </mxCell>
        <mxCell id="7si3vGMUa6yKKs87A3T9-1" parent="1" style="text;html=1;whiteSpace=wrap;strokeColor=none;fillColor=none;align=center;verticalAlign=middle;rounded=0;fontStyle=1" value="Red color if negative, blue color if positive" vertex="1">
          <mxGeometry height="70" width="129" x="-347" y="453" as="geometry" />
        </mxCell>
        <mxCell id="7si3vGMUa6yKKs87A3T9-4" edge="1" parent="1" source="7si3vGMUa6yKKs87A3T9-3" style="edgeStyle=orthogonalEdgeStyle;rounded=0;orthogonalLoop=1;jettySize=auto;html=1;entryX=0.5;entryY=1;entryDx=0;entryDy=0;" target="iMmVTYed4h1aN_pzg3ix-8">
          <mxGeometry relative="1" as="geometry" />
        </mxCell>
        <mxCell id="7si3vGMUa6yKKs87A3T9-3" parent="1" style="text;html=1;whiteSpace=wrap;strokeColor=none;fillColor=none;align=center;verticalAlign=middle;rounded=0;fontStyle=1" value="Red color if negative, blue color if positive" vertex="1">
          <mxGeometry height="70" width="129" x="681" y="398" as="geometry" />
        </mxCell>
        <mxCell id="7si3vGMUa6yKKs87A3T9-5" parent="1" style="text;html=1;whiteSpace=wrap;strokeColor=none;fillColor=none;align=center;verticalAlign=middle;rounded=0;" value="Will receive the following props:&lt;br&gt;netQuantity: number;&lt;br&gt;&lt;div&gt;averagePrice: number&lt;/div&gt;&lt;div&gt;ltp: number;&lt;/div&gt;" vertex="1">
          <mxGeometry height="101" width="203" x="-25" y="355" as="geometry" />
        </mxCell>
        <mxCell id="7si3vGMUa6yKKs87A3T9-6" parent="1" style="text;html=1;whiteSpace=wrap;strokeColor=none;fillColor=none;align=center;verticalAlign=middle;rounded=0;" value="PnL needs to be calculated by the component" vertex="1">
          <mxGeometry height="101" width="203" x="-21" y="482" as="geometry" />
        </mxCell>
        <mxCell id="7si3vGMUa6yKKs87A3T9-7" parent="1" style="text;html=1;whiteSpace=wrap;strokeColor=none;fillColor=none;align=center;verticalAlign=middle;rounded=0;fontStyle=1;fontSize=48;fontColor=light-dark(#7a7978, #ededed);" value="Net Qty." vertex="1">
          <mxGeometry height="59" width="60" x="-186" y="816" as="geometry" />
        </mxCell>
        <mxCell id="7si3vGMUa6yKKs87A3T9-8" parent="1" style="text;html=1;whiteSpace=wrap;strokeColor=none;fillColor=none;align=center;verticalAlign=middle;rounded=0;fontStyle=1;fontSize=48;fontColor=light-dark(#7a7978, #ededed);" value="AVG. PRICE" vertex="1">
          <mxGeometry height="59" width="60" x="83" y="805" as="geometry" />
        </mxCell>
        <mxCell id="7si3vGMUa6yKKs87A3T9-9" parent="1" style="text;html=1;whiteSpace=wrap;strokeColor=none;fillColor=none;align=center;verticalAlign=middle;rounded=0;fontStyle=1;fontSize=48;fontColor=light-dark(#7a7978, #ededed);" value="LTP" vertex="1">
          <mxGeometry height="59" width="60" x="352" y="805" as="geometry" />
        </mxCell>
        <mxCell id="7si3vGMUa6yKKs87A3T9-10" parent="1" style="text;html=1;whiteSpace=wrap;strokeColor=none;fillColor=none;align=center;verticalAlign=middle;rounded=0;fontStyle=1;fontSize=48;fontColor=light-dark(#7a7978, #ededed);" value="PnL" vertex="1">
          <mxGeometry height="59" width="60" x="621" y="805" as="geometry" />
        </mxCell>
        <mxCell id="7si3vGMUa6yKKs87A3T9-11" parent="1" style="text;html=1;whiteSpace=wrap;strokeColor=none;fillColor=none;align=center;verticalAlign=middle;rounded=0;fontSize=18;fontStyle=1" value="{props.netQuantity}" vertex="1">
          <mxGeometry height="30" width="60" x="-186" y="955" as="geometry" />
        </mxCell>
        <mxCell id="7si3vGMUa6yKKs87A3T9-12" parent="1" style="text;html=1;whiteSpace=wrap;strokeColor=none;fillColor=none;align=center;verticalAlign=middle;rounded=0;fontSize=18;fontStyle=1" value="&lt;div&gt;{props.averagePrice}&lt;/div&gt;" vertex="1">
          <mxGeometry height="30" width="60" x="83" y="955" as="geometry" />
        </mxCell>
        <mxCell id="7si3vGMUa6yKKs87A3T9-13" parent="1" style="text;html=1;whiteSpace=wrap;strokeColor=none;fillColor=none;align=center;verticalAlign=middle;rounded=0;fontSize=18;fontStyle=1" value="{props.ltp}" vertex="1">
          <mxGeometry height="30" width="60" x="352" y="955" as="geometry" />
        </mxCell>
        <mxCell id="7si3vGMUa6yKKs87A3T9-14" parent="1" style="text;html=1;whiteSpace=wrap;strokeColor=none;fillColor=none;align=center;verticalAlign=middle;rounded=0;fontSize=18;fontStyle=1" value="{pnl}" vertex="1">
          <mxGeometry height="30" width="60" x="621" y="955" as="geometry" />
        </mxCell>
        <mxCell id="ExlUUjPYo0Ii6ma58Pc_-1" parent="1" style="rounded=1;whiteSpace=wrap;html=1;" value="" vertex="1">
          <mxGeometry height="321" width="1253" x="-202" y="1234" as="geometry" />
        </mxCell>
        <mxCell id="ExlUUjPYo0Ii6ma58Pc_-2" parent="1" style="text;html=1;whiteSpace=wrap;strokeColor=none;fillColor=none;align=center;verticalAlign=middle;rounded=0;fontStyle=1;fontSize=48;fontColor=light-dark(#7a7978, #ededed);" value="Total Margin" vertex="1">
          <mxGeometry height="59" width="168" x="-154" y="1292" as="geometry" />
        </mxCell>
        <mxCell id="ExlUUjPYo0Ii6ma58Pc_-3" parent="1" style="text;html=1;whiteSpace=wrap;strokeColor=none;fillColor=none;align=center;verticalAlign=middle;rounded=0;fontStyle=1;fontSize=48;fontColor=light-dark(#7a7978, #ededed);" value="Utilized Margin" vertex="1">
          <mxGeometry height="59" width="168" x="330" y="1295" as="geometry" />
        </mxCell>
        <mxCell id="ExlUUjPYo0Ii6ma58Pc_-4" parent="1" style="text;html=1;whiteSpace=wrap;strokeColor=none;fillColor=none;align=center;verticalAlign=middle;rounded=0;fontStyle=1;fontSize=48;fontColor=light-dark(#7a7978, #ededed);" value="Net Margin" vertex="1">
          <mxGeometry height="59" width="168" x="813" y="1289" as="geometry" />
        </mxCell>
        <mxCell id="ExlUUjPYo0Ii6ma58Pc_-5" parent="1" style="text;html=1;whiteSpace=wrap;strokeColor=none;fillColor=none;align=center;verticalAlign=middle;rounded=0;fontSize=42;" value="₹2000" vertex="1">
          <mxGeometry height="30" width="60" x="-100" y="1412" as="geometry" />
        </mxCell>
        <mxCell id="ExlUUjPYo0Ii6ma58Pc_-7" parent="1" style="text;html=1;whiteSpace=wrap;strokeColor=none;fillColor=none;align=center;verticalAlign=middle;rounded=0;fontSize=42;" value="₹200" vertex="1">
          <mxGeometry height="30" width="60" x="384" y="1412" as="geometry" />
        </mxCell>
        <mxCell id="ExlUUjPYo0Ii6ma58Pc_-8" parent="1" style="text;html=1;whiteSpace=wrap;strokeColor=none;fillColor=none;align=center;verticalAlign=middle;rounded=0;fontSize=42;" value="₹1800" vertex="1">
          <mxGeometry height="30" width="60" x="867" y="1412" as="geometry" />
        </mxCell>
        <mxCell id="ExlUUjPYo0Ii6ma58Pc_-9" parent="1" style="html=1;shadow=0;dashed=0;shape=mxgraph.bootstrap.rrect;rSize=5;fillColor=#E9ECEF;strokeColor=none;" value="" vertex="1">
          <mxGeometry height="20" width="800" x="24.5" y="1507" as="geometry" />
        </mxCell>
        <mxCell id="ExlUUjPYo0Ii6ma58Pc_-10" parent="ExlUUjPYo0Ii6ma58Pc_-9" style="html=1;shadow=0;dashed=0;shape=mxgraph.bootstrap.leftButton;rSize=5;fillColor=#1CA5B8;strokeColor=none;resizeHeight=1;" value="" vertex="1">
          <mxGeometry height="20" relative="1" width="250" as="geometry" />
        </mxCell>
        <mxCell id="ExlUUjPYo0Ii6ma58Pc_-11" parent="1" style="text;html=1;whiteSpace=wrap;strokeColor=none;fillColor=none;align=center;verticalAlign=middle;rounded=0;fontSize=24;" value="The max value on the progress bar is the total margin and the filled in part is the utilized margin" vertex="1">
          <mxGeometry height="92" width="269" x="175" y="1620" as="geometry" />
        </mxCell>
        <mxCell id="ExlUUjPYo0Ii6ma58Pc_-12" edge="1" parent="1" source="ExlUUjPYo0Ii6ma58Pc_-11" style="edgeStyle=orthogonalEdgeStyle;rounded=0;orthogonalLoop=1;jettySize=auto;html=1;exitX=0.5;exitY=0;exitDx=0;exitDy=0;entryX=0.412;entryY=0.999;entryDx=0;entryDy=0;entryPerimeter=0;" target="ExlUUjPYo0Ii6ma58Pc_-1">
          <mxGeometry relative="1" as="geometry" />
        </mxCell>
      </root>
    </mxGraphModel>
  </diagram>
  <diagram id="dmkDPsUycKQvBsQ4H3Di" name="Kite-Fly-Ticker-Architecture">
    <mxGraphModel dx="1357" dy="626" grid="0" gridSize="10" guides="1" tooltips="1" connect="1" arrows="1" fold="1" page="0" pageScale="1" pageWidth="402" pageHeight="874" math="0" shadow="0">
      <root>
        <mxCell id="0" />
        <mxCell id="1" parent="0" />
        <mxCell id="FDZGNOtkY16CQce4NqAR-3" edge="1" parent="1" source="FDZGNOtkY16CQce4NqAR-1" style="edgeStyle=orthogonalEdgeStyle;rounded=0;orthogonalLoop=1;jettySize=auto;html=1;" target="FDZGNOtkY16CQce4NqAR-2" value="">
          <mxGeometry relative="1" as="geometry" />
        </mxCell>
        <mxCell id="FDZGNOtkY16CQce4NqAR-1" parent="1" style="rounded=1;whiteSpace=wrap;html=1;" value="Client posts a request - for example:&lt;br&gt;&lt;div&gt;&lt;br&gt;&lt;/div&gt;&lt;br&gt;&lt;div&gt;fetch(&quot;http://localhost:3000/api/ltp&quot;, () =&amp;gt; {&lt;/div&gt;&lt;div&gt;method: &quot;POST&quot;,&lt;/div&gt;&lt;div&gt;body: JSON.stringify({&lt;/div&gt;&lt;div&gt;instrument: &quot;WIPRO&quot;,&lt;br&gt;ltp: 128.10&lt;/div&gt;&lt;div&gt;})&lt;/div&gt;&lt;div&gt;})&lt;br&gt;&lt;br&gt;The call is made from another site - for ex. https://kite.zerodha.com&lt;/div&gt;" vertex="1">
          <mxGeometry height="236" width="345" x="-33" y="45" as="geometry" />
        </mxCell>
        <mxCell id="FDZGNOtkY16CQce4NqAR-5" edge="1" parent="1" source="FDZGNOtkY16CQce4NqAR-2" style="edgeStyle=orthogonalEdgeStyle;rounded=0;orthogonalLoop=1;jettySize=auto;html=1;" target="FDZGNOtkY16CQce4NqAR-4" value="">
          <mxGeometry relative="1" as="geometry" />
        </mxCell>
        <mxCell id="FDZGNOtkY16CQce4NqAR-2" parent="1" style="whiteSpace=wrap;html=1;rounded=1;" value="SERVER" vertex="1">
          <mxGeometry height="60" width="120" x="504.5" y="98.5" as="geometry" />
        </mxCell>
        <mxCell id="FDZGNOtkY16CQce4NqAR-8" edge="1" parent="1" source="FDZGNOtkY16CQce4NqAR-4" style="edgeStyle=orthogonalEdgeStyle;rounded=0;orthogonalLoop=1;jettySize=auto;html=1;exitX=0.75;exitY=1;exitDx=0;exitDy=0;entryX=1;entryY=0.75;entryDx=0;entryDy=0;" target="FDZGNOtkY16CQce4NqAR-6">
          <mxGeometry relative="1" as="geometry" />
        </mxCell>
        <mxCell id="FDZGNOtkY16CQce4NqAR-4" parent="1" style="whiteSpace=wrap;html=1;rounded=1;" value="Websocket" vertex="1">
          <mxGeometry height="60" width="120" x="504.5" y="265" as="geometry" />
        </mxCell>
        <mxCell id="FDZGNOtkY16CQce4NqAR-7" edge="1" parent="1" source="FDZGNOtkY16CQce4NqAR-6" style="edgeStyle=orthogonalEdgeStyle;rounded=0;orthogonalLoop=1;jettySize=auto;html=1;entryX=0.5;entryY=1;entryDx=0;entryDy=0;" target="FDZGNOtkY16CQce4NqAR-4">
          <mxGeometry relative="1" as="geometry" />
        </mxCell>
        <mxCell id="FDZGNOtkY16CQce4NqAR-6" parent="1" style="rounded=1;whiteSpace=wrap;html=1;" value="On another client,&lt;div&gt;new Websocket()&lt;/div&gt;// receive the data which is sent from /api/ltp" vertex="1">
          <mxGeometry height="167" width="345" x="1" y="392" as="geometry" />
        </mxCell>
      </root>
    </mxGraphModel>
  </diagram>
</mxfile>
